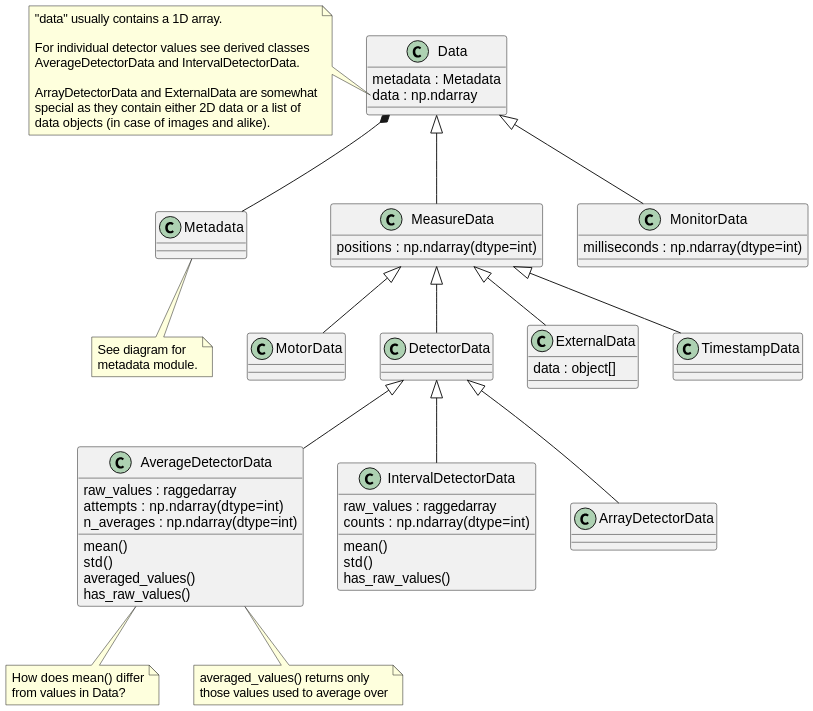
Above: docs/uml/evedata.evefile.data.svg in tillbiskup/evedata (PlantUML), before the change.
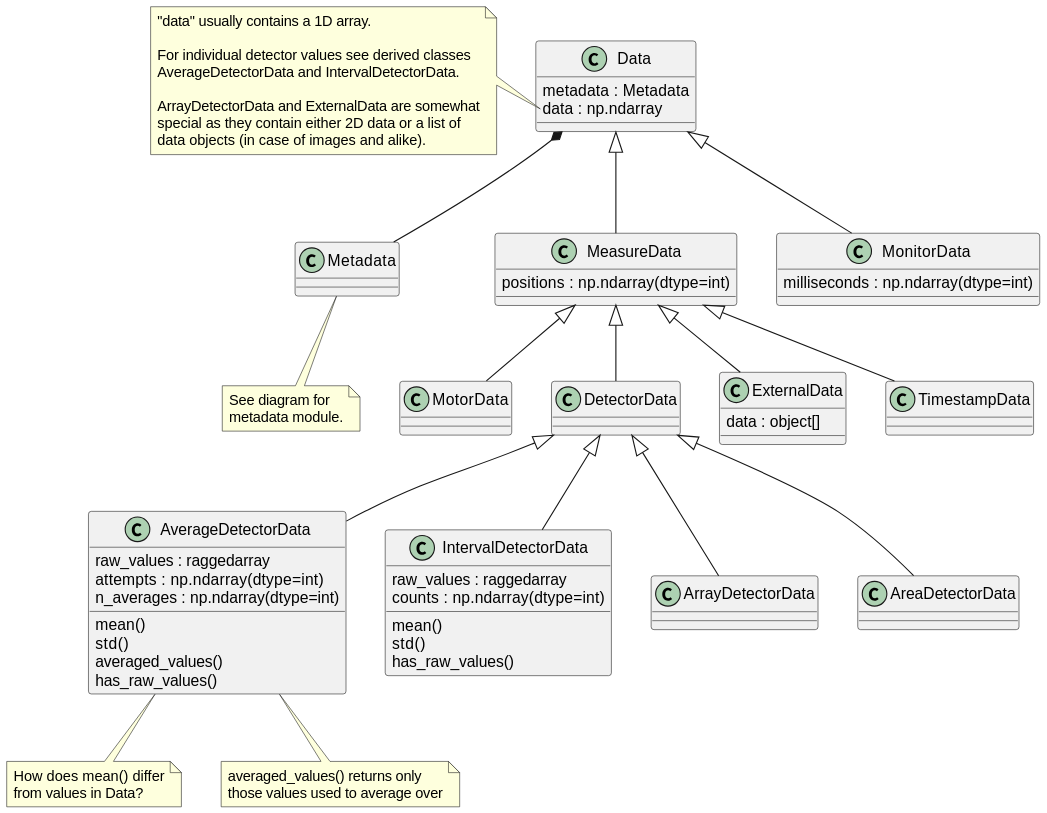
After the change.

Diff of the diagram source:
```diff
@@ -40,7 +40,7 @@
 class TimestampData {
 }
 
-class AverageDetectorData {
+class AverageDetectorData extends DetectorData {
     raw_values : raggedarray
     {field} attempts : np.ndarray(dtype=int)
     {field} n_averages : np.ndarray(dtype=int)
@@ -52,7 +52,7 @@
 note bottom: How does mean() differ\nfrom values in Data?
 note bottom of AverageDetectorData: averaged_values() returns only\nthose values used to average over
 
-class IntervalDetectorData {
+class IntervalDetectorData extends DetectorData {
     raw_values : raggedarray
     {field} counts : np.ndarray(dtype=int)
     mean()
@@ -60,7 +60,10 @@
     has_raw_values()
 }
 
-class ArrayDetectorData {
+class ArrayDetectorData extends DetectorData {
+}
+
+class AreaDetectorData extends DetectorData {
 }
 
 Data *-- Metadata
@@ -70,7 +73,4 @@
 MeasureData <|-- DetectorData
 MeasureData <|-- ExternalData
 MeasureData <|-- TimestampData
-DetectorData <|-- AverageDetectorData
-DetectorData <|-- IntervalDetectorData
-DetectorData <|-- ArrayDetectorData
 @enduml
```
